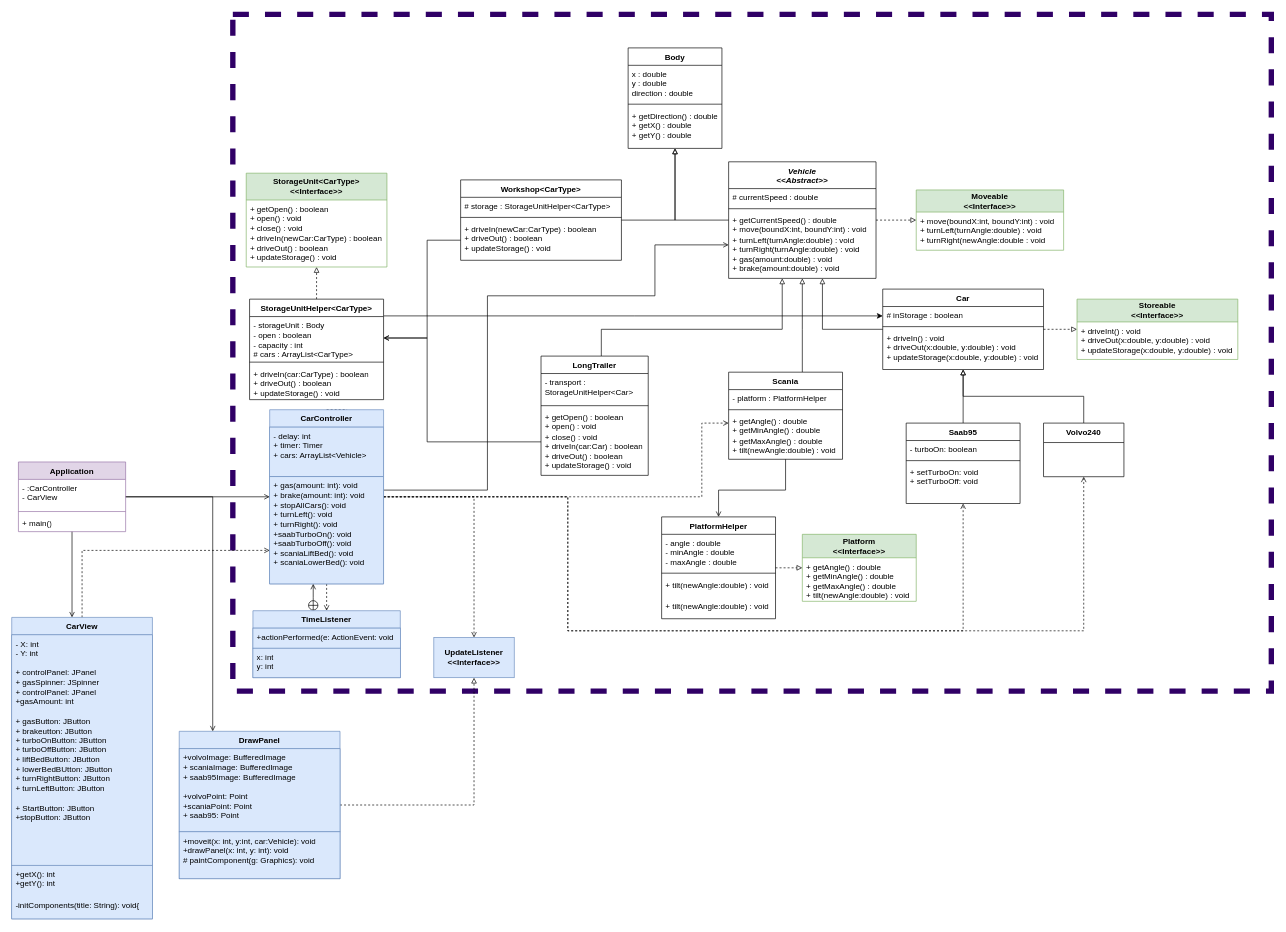
The draw.io diagram Labb3post.drawio in ErikFogelstrand/lab1-riktig, before the edit. Source tidied: cells renumbered, new cells numbered last; positions are measured from the earlier drawing's top-left corner, leaving out a move shared by most shapes. Both pictures are drawn from the tidied source at 67%, with x=0, y=0 at pixel (11, 14).
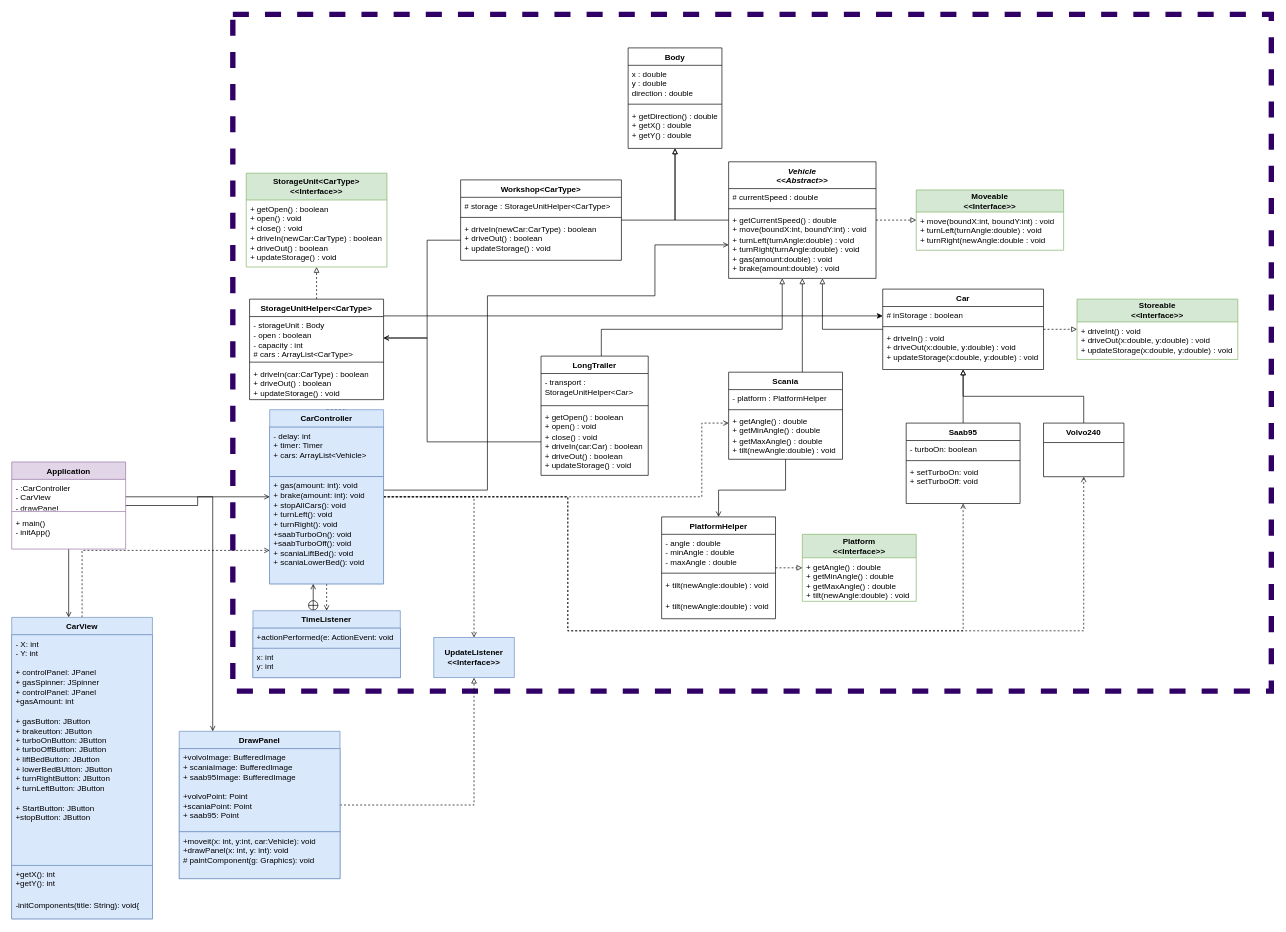
The same page after the edit.

What changed in the source:
```diff
@@
     <mxCell id="89" value="Application" style="swimlane;fontStyle=1;align=center;verticalAlign=top;horizontal=1;startSize=26;whiteSpace=wrap;html=1;fillColor=#e1d5e7;strokeColor=#9673a6;" parent="1" vertex="1">
-      <mxGeometry x="10" y="668" width="160" height="104" as="geometry" />
+      <mxGeometry y="668" width="170" height="130" as="geometry" />
     </mxCell>
-    <mxCell id="90" value="- :CarController&lt;br&gt;- CarView" style="text;strokeColor=none;fillColor=none;align=left;verticalAlign=top;spacingLeft=4;spacingRight=4;overflow=hidden;whiteSpace=wrap;html=1;" parent="89" vertex="1">
-      <mxGeometry y="26" width="160" height="44" as="geometry" />
+    <mxCell id="90" value="- :CarController&lt;br&gt;&lt;div&gt;- CarView&lt;/div&gt;&lt;div&gt;- drawPanel&lt;br&gt;&lt;/div&gt;" style="text;strokeColor=none;fillColor=none;align=left;verticalAlign=top;spacingLeft=4;spacingRight=4;overflow=hidden;whiteSpace=wrap;html=1;" parent="89" vertex="1">
+      <mxGeometry y="26" width="170" height="44" as="geometry" />
     </mxCell>
     <mxCell id="91" style="line;strokeWidth=1;fillColor=none;align=left;verticalAlign=middle;spacingTop=-1;spacingLeft=3;spacingRight=3;labelPosition=right;strokeColor=inherit;" parent="89" vertex="1">
-      <mxGeometry y="70" width="160" height="8" as="geometry" />
+      <mxGeometry y="70" width="170" height="8" as="geometry" />
     </mxCell>
-    <mxCell id="92" value="+ main()" style="text;strokeColor=none;fillColor=none;align=left;verticalAlign=top;spacingLeft=4;spacingRight=4;overflow=hidden;whiteSpace=wrap;html=1;" parent="89" vertex="1">
-      <mxGeometry y="78" width="160" height="26" as="geometry" />
+    <mxCell id="92" value="&lt;div&gt;+ main()&lt;/div&gt;&lt;div&gt;- initApp()&lt;br&gt;&lt;/div&gt;" style="text;strokeColor=none;fillColor=none;align=left;verticalAlign=top;spacingLeft=4;spacingRight=4;overflow=hidden;whiteSpace=wrap;html=1;" parent="89" vertex="1">
+      <mxGeometry y="78" width="170" height="52" as="geometry" />
     </mxCell>
```
